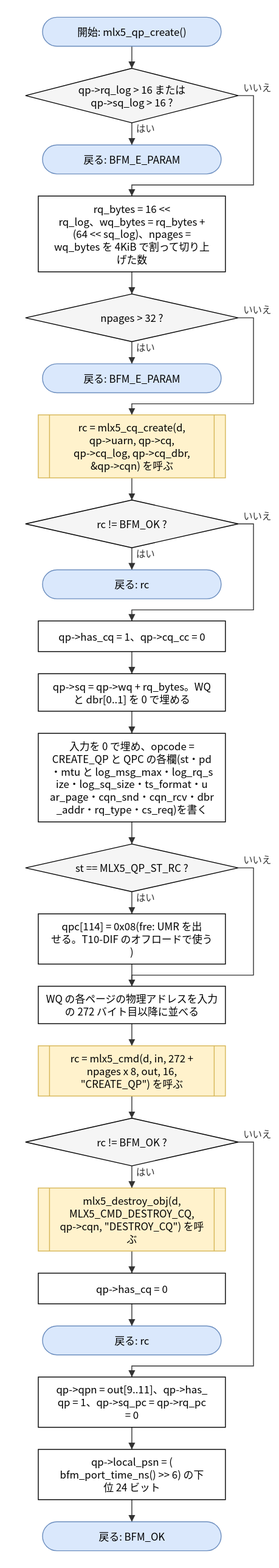
Earlier version of the draw.io export doc/spec/images/flow_src_mlx5_qp-mlx5_qp_create.drawio.svg (hf355051012-ai/bfmem). Source tidied: cells renumbered, new cells last; positions are measured from the earlier drawing's top-left corner, leaving out a move shared by most shapes.
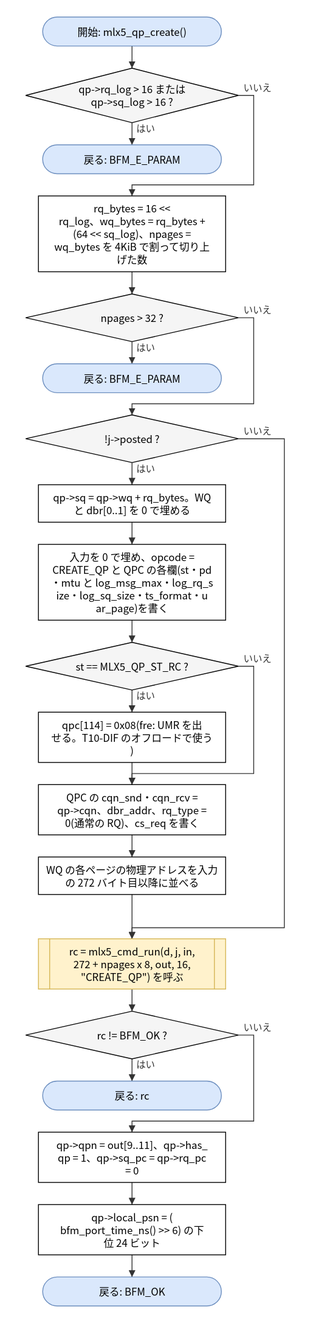
Above is the later version.

The edit, as a diff of the source:
```diff
@@ -20,57 +20,45 @@
     <mxCell id="7" value="戻る: BFM_E_PARAM" style="rounded=1;arcSize=50;whiteSpace=wrap;html=1;fillColor=#dae8fc;strokeColor=#6c8ebf;" parent="1" vertex="1">
       <mxGeometry x="20" y="407" width="210" height="34" as="geometry" />
     </mxCell>
-    <mxCell id="8" value="rc = mlx5_cq_create(d,&lt;br&gt;qp-&amp;gt;uarn, qp-&amp;gt;cq,&lt;br&gt;qp-&amp;gt;cq_log, qp-&amp;gt;cq_dbr,&lt;br&gt;&amp;amp;qp-&amp;gt;cqn) を呼ぶ" style="shape=process;whiteSpace=wrap;html=1;backgroundOutline=1;size=0.06;fillColor=#fff2cc;strokeColor=#d6b656;" parent="1" vertex="1">
-      <mxGeometry x="15" y="467" width="220" height="74" as="geometry" />
+    <mxCell id="8" value="!j-&amp;gt;posted ?" style="rhombus;whiteSpace=wrap;html=1;fillColor=#f5f5f5;" parent="1" vertex="1">
+      <mxGeometry y="467" width="250" height="56" as="geometry" />
     </mxCell>
-    <mxCell id="9" value="rc != BFM_OK ?" style="rhombus;whiteSpace=wrap;html=1;fillColor=#f5f5f5;" parent="1" vertex="1">
-      <mxGeometry y="567" width="250" height="56" as="geometry" />
+    <mxCell id="9" value="qp-&amp;gt;sq = qp-&amp;gt;wq + rq_bytes。WQ&lt;br&gt;と dbr[0..1] を 0 で埋める" style="rounded=0;whiteSpace=wrap;html=1;" parent="1" vertex="1">
+      <mxGeometry x="15" y="549" width="220" height="44" as="geometry" />
     </mxCell>
-    <mxCell id="10" value="戻る: rc" style="rounded=1;arcSize=50;whiteSpace=wrap;html=1;fillColor=#dae8fc;strokeColor=#6c8ebf;" parent="1" vertex="1">
-      <mxGeometry x="20" y="649" width="210" height="34" as="geometry" />
+    <mxCell id="10" value="入力を 0 で埋め、opcode =&lt;br&gt;CREATE_QP と QPC の各欄(st・pd&lt;br&gt;・mtu と log_msg_max・log_rq_s&lt;br&gt;ize・log_sq_size・ts_format・u&lt;br&gt;ar_page)を書く" style="rounded=0;whiteSpace=wrap;html=1;" parent="1" vertex="1">
+      <mxGeometry x="15" y="619" width="220" height="89" as="geometry" />
     </mxCell>
-    <mxCell id="11" value="qp-&amp;gt;has_cq = 1、qp-&amp;gt;cq_cc = 0" style="rounded=0;whiteSpace=wrap;html=1;" parent="1" vertex="1">
-      <mxGeometry x="15" y="709" width="220" height="36" as="geometry" />
+    <mxCell id="11" value="st == MLX5_QP_ST_RC ?" style="rhombus;whiteSpace=wrap;html=1;fillColor=#f5f5f5;" parent="1" vertex="1">
+      <mxGeometry y="734" width="250" height="56" as="geometry" />
     </mxCell>
-    <mxCell id="12" value="qp-&amp;gt;sq = qp-&amp;gt;wq + rq_bytes。WQ&lt;br&gt;と dbr[0..1] を 0 で埋める" style="rounded=0;whiteSpace=wrap;html=1;" parent="1" vertex="1">
-      <mxGeometry x="15" y="771" width="220" height="44" as="geometry" />
+    <mxCell id="12" value="qpc[114] = 0x08(fre: UMR を出&lt;br&gt;せる。T10-DIF のオフロードで使う&lt;br&gt;)" style="rounded=0;whiteSpace=wrap;html=1;" parent="1" vertex="1">
+      <mxGeometry x="15" y="816" width="220" height="59" as="geometry" />
     </mxCell>
-    <mxCell id="13" value="入力を 0 で埋め、opcode =&lt;br&gt;CREATE_QP と QPC の各欄(st・pd&lt;br&gt;・mtu と log_msg_max・log_rq_s&lt;br&gt;ize・log_sq_size・ts_format・u&lt;br&gt;ar_page・cqn_snd・cqn_rcv・dbr&lt;br&gt;_addr・rq_type・cs_req)を書く" style="rounded=0;whiteSpace=wrap;html=1;" parent="1" vertex="1">
-      <mxGeometry x="15" y="841" width="220" height="104" as="geometry" />
+    <mxCell id="13" value="QPC の cqn_snd・cqn_rcv =&lt;br&gt;qp-&amp;gt;cqn、dbr_addr、rq_type =&lt;br&gt;0(通常の RQ)、cs_req を書く" style="rounded=0;whiteSpace=wrap;html=1;" parent="1" vertex="1">
+      <mxGeometry x="15" y="901" width="220" height="59" as="geometry" />
     </mxCell>
-    <mxCell id="14" value="st == MLX5_QP_ST_RC ?" style="rhombus;whiteSpace=wrap;html=1;fillColor=#f5f5f5;" parent="1" vertex="1">
-      <mxGeometry y="971" width="250" height="56" as="geometry" />
+    <mxCell id="14" value="WQ の各ページの物理アドレスを入力&lt;br&gt;の 272 バイト目以降に並べる" style="rounded=0;whiteSpace=wrap;html=1;" parent="1" vertex="1">
+      <mxGeometry x="15" y="986" width="220" height="44" as="geometry" />
     </mxCell>
-    <mxCell id="15" value="qpc[114] = 0x08(fre: UMR を出&lt;br&gt;せる。T10-DIF のオフロードで使う&lt;br&gt;)" style="rounded=0;whiteSpace=wrap;html=1;" parent="1" vertex="1">
-      <mxGeometry x="15" y="1053" width="220" height="59" as="geometry" />
+    <mxCell id="15" value="rc = mlx5_cmd_run(d, j, in,&lt;br&gt;272 + npages x 8, out, 16,&lt;br&gt;&amp;quot;CREATE_QP&amp;quot;) を呼ぶ" style="shape=process;whiteSpace=wrap;html=1;backgroundOutline=1;size=0.06;fillColor=#fff2cc;strokeColor=#d6b656;" parent="1" vertex="1">
+      <mxGeometry x="15" y="1082" width="220" height="59" as="geometry" />
     </mxCell>
-    <mxCell id="16" value="WQ の各ページの物理アドレスを入力&lt;br&gt;の 272 バイト目以降に並べる" style="rounded=0;whiteSpace=wrap;html=1;" parent="1" vertex="1">
-      <mxGeometry x="15" y="1138" width="220" height="44" as="geometry" />
+    <mxCell id="16" value="rc != BFM_OK ?" style="rhombus;whiteSpace=wrap;html=1;fillColor=#f5f5f5;" parent="1" vertex="1">
+      <mxGeometry y="1167" width="250" height="56" as="geometry" />
     </mxCell>
-    <mxCell id="17" value="rc = mlx5_cmd(d, in, 272 +&lt;br&gt;npages x 8, out, 16,&lt;br&gt;&amp;quot;CREATE_QP&amp;quot;) を呼ぶ" style="shape=process;whiteSpace=wrap;html=1;backgroundOutline=1;size=0.06;fillColor=#fff2cc;strokeColor=#d6b656;" parent="1" vertex="1">
-      <mxGeometry x="15" y="1208" width="220" height="59" as="geometry" />
+    <mxCell id="17" value="戻る: rc" style="rounded=1;arcSize=50;whiteSpace=wrap;html=1;fillColor=#dae8fc;strokeColor=#6c8ebf;" parent="1" vertex="1">
+      <mxGeometry x="20" y="1249" width="210" height="34" as="geometry" />
     </mxCell>
-    <mxCell id="18" value="rc != BFM_OK ?" style="rhombus;whiteSpace=wrap;html=1;fillColor=#f5f5f5;" parent="1" vertex="1">
-      <mxGeometry y="1293" width="250" height="56" as="geometry" />
+    <mxCell id="18" value="qp-&amp;gt;qpn = out[9..11]、qp-&amp;gt;has_&lt;br&gt;qp = 1、qp-&amp;gt;sq_pc = qp-&amp;gt;rq_pc&lt;br&gt;= 0" style="rounded=0;whiteSpace=wrap;html=1;" parent="1" vertex="1">
+      <mxGeometry x="15" y="1309" width="220" height="59" as="geometry" />
     </mxCell>
-    <mxCell id="19" value="mlx5_destroy_obj(d,&lt;br&gt;MLX5_CMD_DESTROY_CQ,&lt;br&gt;qp-&amp;gt;cqn, &amp;quot;DESTROY_CQ&amp;quot;) を呼&lt;br&gt;ぶ" style="shape=process;whiteSpace=wrap;html=1;backgroundOutline=1;size=0.06;fillColor=#fff2cc;strokeColor=#d6b656;" parent="1" vertex="1">
-      <mxGeometry x="15" y="1375" width="220" height="74" as="geometry" />
+    <mxCell id="19" value="qp-&amp;gt;local_psn = (&lt;br&gt;bfm_port_time_ns() &amp;gt;&amp;gt; 6) の下&lt;br&gt;位 24 ビット" style="rounded=0;whiteSpace=wrap;html=1;" parent="1" vertex="1">
+      <mxGeometry x="15" y="1394" width="220" height="59" as="geometry" />
     </mxCell>
-    <mxCell id="20" value="qp-&amp;gt;has_cq = 0" style="rounded=0;whiteSpace=wrap;html=1;" parent="1" vertex="1">
-      <mxGeometry x="15" y="1475" width="220" height="36" as="geometry" />
+    <mxCell id="20" value="戻る: BFM_OK" style="rounded=1;arcSize=50;whiteSpace=wrap;html=1;fillColor=#dae8fc;strokeColor=#6c8ebf;" parent="1" vertex="1">
+      <mxGeometry x="20" y="1479" width="210" height="34" as="geometry" />
     </mxCell>
-    <mxCell id="21" value="戻る: rc" style="rounded=1;arcSize=50;whiteSpace=wrap;html=1;fillColor=#dae8fc;strokeColor=#6c8ebf;" parent="1" vertex="1">
-      <mxGeometry x="20" y="1537" width="210" height="34" as="geometry" />
-    </mxCell>
-    <mxCell id="22" value="qp-&amp;gt;qpn = out[9..11]、qp-&amp;gt;has_&lt;br&gt;qp = 1、qp-&amp;gt;sq_pc = qp-&amp;gt;rq_pc&lt;br&gt;= 0" style="rounded=0;whiteSpace=wrap;html=1;" parent="1" vertex="1">
-      <mxGeometry x="15" y="1597" width="220" height="59" as="geometry" />
-    </mxCell>
-    <mxCell id="23" value="qp-&amp;gt;local_psn = (&lt;br&gt;bfm_port_time_ns() &amp;gt;&amp;gt; 6) の下&lt;br&gt;位 24 ビット" style="rounded=0;whiteSpace=wrap;html=1;" parent="1" vertex="1">
-      <mxGeometry x="15" y="1682" width="220" height="59" as="geometry" />
-    </mxCell>
-    <mxCell id="24" value="戻る: BFM_OK" style="rounded=1;arcSize=50;whiteSpace=wrap;html=1;fillColor=#dae8fc;strokeColor=#6c8ebf;" parent="1" vertex="1">
-      <mxGeometry x="20" y="1767" width="210" height="34" as="geometry" />
-    </mxCell>
     <mxCell id="25" style="edgeStyle=none;html=1;rounded=0;endArrow=block;endFill=1;exitX=0.5000;exitY=1.0000;exitDx=0;exitDy=0;exitPerimeter=0;entryX=0.5000;entryY=0.0000;entryDx=0;entryDy=0;entryPerimeter=0;" parent="1" edge="1" source="2" target="3">
       <mxGeometry relative="1" as="geometry" />
     </mxCell>
@@ -101,74 +89,65 @@
         </Array>
       </mxGeometry>
     </mxCell>
-    <mxCell id="31" style="edgeStyle=none;html=1;rounded=0;endArrow=block;endFill=1;exitX=0.5000;exitY=1.0000;exitDx=0;exitDy=0;exitPerimeter=0;entryX=0.5000;entryY=0.0000;entryDx=0;entryDy=0;entryPerimeter=0;" parent="1" edge="1" source="8" target="9">
+    <mxCell id="31" value="はい" style="edgeStyle=none;html=1;rounded=0;endArrow=block;endFill=1;exitX=0.5000;exitY=1.0000;exitDx=0;exitDy=0;exitPerimeter=0;entryX=0.5000;entryY=0.0000;entryDx=0;entryDy=0;entryPerimeter=0;" parent="1" edge="1" source="8" target="9">
       <mxGeometry relative="1" as="geometry" />
     </mxCell>
-    <mxCell id="32" value="はい" style="edgeStyle=none;html=1;rounded=0;endArrow=block;endFill=1;exitX=0.5000;exitY=1.0000;exitDx=0;exitDy=0;exitPerimeter=0;entryX=0.5000;entryY=0.0000;entryDx=0;entryDy=0;entryPerimeter=0;" parent="1" edge="1" source="9" target="10">
+    <mxCell id="32" style="edgeStyle=none;html=1;rounded=0;endArrow=block;endFill=1;exitX=0.5000;exitY=1.0000;exitDx=0;exitDy=0;exitPerimeter=0;entryX=0.5000;entryY=0.0000;entryDx=0;entryDy=0;entryPerimeter=0;" parent="1" edge="1" source="9" target="10">
       <mxGeometry relative="1" as="geometry" />
     </mxCell>
-    <mxCell id="33" value="いいえ" style="edgeStyle=none;html=1;rounded=0;endArrow=block;endFill=1;exitX=1.0000;exitY=0.5000;exitDx=0;exitDy=0;exitPerimeter=0;entryX=0.5000;entryY=0.0000;entryDx=0;entryDy=0;entryPerimeter=0;" parent="1" edge="1" source="9" target="11">
-      <mxGeometry relative="1" as="geometry">
-        <Array as="points">
-          <mxPoint x="268" y="595" />
-          <mxPoint x="268" y="696" />
-          <mxPoint x="125" y="696" />
-        </Array>
-      </mxGeometry>
+    <mxCell id="33" style="edgeStyle=none;html=1;rounded=0;endArrow=block;endFill=1;exitX=0.5000;exitY=1.0000;exitDx=0;exitDy=0;exitPerimeter=0;entryX=0.5000;entryY=0.0000;entryDx=0;entryDy=0;entryPerimeter=0;" parent="1" edge="1" source="10" target="11">
+      <mxGeometry relative="1" as="geometry" />
     </mxCell>
-    <mxCell id="34" style="edgeStyle=none;html=1;rounded=0;endArrow=block;endFill=1;exitX=0.5000;exitY=1.0000;exitDx=0;exitDy=0;exitPerimeter=0;entryX=0.5000;entryY=0.0000;entryDx=0;entryDy=0;entryPerimeter=0;" parent="1" edge="1" source="11" target="12">
+    <mxCell id="34" value="はい" style="edgeStyle=none;html=1;rounded=0;endArrow=block;endFill=1;exitX=0.5000;exitY=1.0000;exitDx=0;exitDy=0;exitPerimeter=0;entryX=0.5000;entryY=0.0000;entryDx=0;entryDy=0;entryPerimeter=0;" parent="1" edge="1" source="11" target="12">
       <mxGeometry relative="1" as="geometry" />
     </mxCell>
     <mxCell id="35" style="edgeStyle=none;html=1;rounded=0;endArrow=block;endFill=1;exitX=0.5000;exitY=1.0000;exitDx=0;exitDy=0;exitPerimeter=0;entryX=0.5000;entryY=0.0000;entryDx=0;entryDy=0;entryPerimeter=0;" parent="1" edge="1" source="12" target="13">
       <mxGeometry relative="1" as="geometry" />
     </mxCell>
-    <mxCell id="36" style="edgeStyle=none;html=1;rounded=0;endArrow=block;endFill=1;exitX=0.5000;exitY=1.0000;exitDx=0;exitDy=0;exitPerimeter=0;entryX=0.5000;entryY=0.0000;entryDx=0;entryDy=0;entryPerimeter=0;" parent="1" edge="1" source="13" target="14">
-      <mxGeometry relative="1" as="geometry" />
+    <mxCell id="36" value="いいえ" style="edgeStyle=none;html=1;rounded=0;endArrow=block;endFill=1;exitX=1.0000;exitY=0.5000;exitDx=0;exitDy=0;exitPerimeter=0;entryX=0.5000;entryY=0.0000;entryDx=0;entryDy=0;entryPerimeter=0;" parent="1" edge="1" source="11" target="13">
+      <mxGeometry relative="1" as="geometry">
+        <Array as="points">
+          <mxPoint x="268" y="762" />
+          <mxPoint x="268" y="888" />
+          <mxPoint x="125" y="888" />
+        </Array>
+      </mxGeometry>
     </mxCell>
-    <mxCell id="37" value="はい" style="edgeStyle=none;html=1;rounded=0;endArrow=block;endFill=1;exitX=0.5000;exitY=1.0000;exitDx=0;exitDy=0;exitPerimeter=0;entryX=0.5000;entryY=0.0000;entryDx=0;entryDy=0;entryPerimeter=0;" parent="1" edge="1" source="14" target="15">
+    <mxCell id="37" style="edgeStyle=none;html=1;rounded=0;endArrow=block;endFill=1;exitX=0.5000;exitY=1.0000;exitDx=0;exitDy=0;exitPerimeter=0;entryX=0.5000;entryY=0.0000;entryDx=0;entryDy=0;entryPerimeter=0;" parent="1" edge="1" source="13" target="14">
       <mxGeometry relative="1" as="geometry" />
     </mxCell>
-    <mxCell id="38" style="edgeStyle=none;html=1;rounded=0;endArrow=block;endFill=1;exitX=0.5000;exitY=1.0000;exitDx=0;exitDy=0;exitPerimeter=0;entryX=0.5000;entryY=0.0000;entryDx=0;entryDy=0;entryPerimeter=0;" parent="1" edge="1" source="15" target="16">
+    <mxCell id="38" style="edgeStyle=none;html=1;rounded=0;endArrow=block;endFill=1;exitX=0.5000;exitY=1.0000;exitDx=0;exitDy=0;exitPerimeter=0;entryX=0.5000;entryY=0.0000;entryDx=0;entryDy=0;entryPerimeter=0;" parent="1" edge="1" source="14" target="15">
       <mxGeometry relative="1" as="geometry" />
     </mxCell>
-    <mxCell id="39" value="いいえ" style="edgeStyle=none;html=1;rounded=0;endArrow=block;endFill=1;exitX=1.0000;exitY=0.5000;exitDx=0;exitDy=0;exitPerimeter=0;entryX=0.5000;entryY=0.0000;entryDx=0;entryDy=0;entryPerimeter=0;" parent="1" edge="1" source="14" target="16">
+    <mxCell id="39" value="いいえ" style="edgeStyle=none;html=1;rounded=0;endArrow=block;endFill=1;exitX=1.0000;exitY=0.5000;exitDx=0;exitDy=0;exitPerimeter=0;entryX=0.5000;entryY=0.0000;entryDx=0;entryDy=0;entryPerimeter=0;" parent="1" edge="1" source="8" target="15">
       <mxGeometry relative="1" as="geometry">
         <Array as="points">
-          <mxPoint x="268" y="999" />
-          <mxPoint x="268" y="1125" />
-          <mxPoint x="125" y="1125" />
+          <mxPoint x="304" y="495" />
+          <mxPoint x="304" y="1069" />
+          <mxPoint x="125" y="1069" />
         </Array>
       </mxGeometry>
     </mxCell>
-    <mxCell id="40" style="edgeStyle=none;html=1;rounded=0;endArrow=block;endFill=1;exitX=0.5000;exitY=1.0000;exitDx=0;exitDy=0;exitPerimeter=0;entryX=0.5000;entryY=0.0000;entryDx=0;entryDy=0;entryPerimeter=0;" parent="1" edge="1" source="16" target="17">
+    <mxCell id="40" style="edgeStyle=none;html=1;rounded=0;endArrow=block;endFill=1;exitX=0.5000;exitY=1.0000;exitDx=0;exitDy=0;exitPerimeter=0;entryX=0.5000;entryY=0.0000;entryDx=0;entryDy=0;entryPerimeter=0;" parent="1" edge="1" source="15" target="16">
       <mxGeometry relative="1" as="geometry" />
     </mxCell>
-    <mxCell id="41" style="edgeStyle=none;html=1;rounded=0;endArrow=block;endFill=1;exitX=0.5000;exitY=1.0000;exitDx=0;exitDy=0;exitPerimeter=0;entryX=0.5000;entryY=0.0000;entryDx=0;entryDy=0;entryPerimeter=0;" parent="1" edge="1" source="17" target="18">
+    <mxCell id="41" value="はい" style="edgeStyle=none;html=1;rounded=0;endArrow=block;endFill=1;exitX=0.5000;exitY=1.0000;exitDx=0;exitDy=0;exitPerimeter=0;entryX=0.5000;entryY=0.0000;entryDx=0;entryDy=0;entryPerimeter=0;" parent="1" edge="1" source="16" target="17">
       <mxGeometry relative="1" as="geometry" />
     </mxCell>
-    <mxCell id="42" value="はい" style="edgeStyle=none;html=1;rounded=0;endArrow=block;endFill=1;exitX=0.5000;exitY=1.0000;exitDx=0;exitDy=0;exitPerimeter=0;entryX=0.5000;entryY=0.0000;entryDx=0;entryDy=0;entryPerimeter=0;" parent="1" edge="1" source="18" target="19">
-      <mxGeometry relative="1" as="geometry" />
+    <mxCell id="42" value="いいえ" style="edgeStyle=none;html=1;rounded=0;endArrow=block;endFill=1;exitX=1.0000;exitY=0.5000;exitDx=0;exitDy=0;exitPerimeter=0;entryX=0.5000;entryY=0.0000;entryDx=0;entryDy=0;entryPerimeter=0;" parent="1" edge="1" source="16" target="18">
+      <mxGeometry relative="1" as="geometry">
+        <Array as="points">
+          <mxPoint x="268" y="1195" />
+          <mxPoint x="268" y="1296" />
+          <mxPoint x="125" y="1296" />
+        </Array>
+      </mxGeometry>
     </mxCell>
-    <mxCell id="43" style="edgeStyle=none;html=1;rounded=0;endArrow=block;endFill=1;exitX=0.5000;exitY=1.0000;exitDx=0;exitDy=0;exitPerimeter=0;entryX=0.5000;entryY=0.0000;entryDx=0;entryDy=0;entryPerimeter=0;" parent="1" edge="1" source="19" target="20">
+    <mxCell id="43" style="edgeStyle=none;html=1;rounded=0;endArrow=block;endFill=1;exitX=0.5000;exitY=1.0000;exitDx=0;exitDy=0;exitPerimeter=0;entryX=0.5000;entryY=0.0000;entryDx=0;entryDy=0;entryPerimeter=0;" parent="1" edge="1" source="18" target="19">
       <mxGeometry relative="1" as="geometry" />
     </mxCell>
-    <mxCell id="44" style="edgeStyle=none;html=1;rounded=0;endArrow=block;endFill=1;exitX=0.5000;exitY=1.0000;exitDx=0;exitDy=0;exitPerimeter=0;entryX=0.5000;entryY=0.0000;entryDx=0;entryDy=0;entryPerimeter=0;" parent="1" edge="1" source="20" target="21">
+    <mxCell id="44" style="edgeStyle=none;html=1;rounded=0;endArrow=block;endFill=1;exitX=0.5000;exitY=1.0000;exitDx=0;exitDy=0;exitPerimeter=0;entryX=0.5000;entryY=0.0000;entryDx=0;entryDy=0;entryPerimeter=0;" parent="1" edge="1" source="19" target="20">
       <mxGeometry relative="1" as="geometry" />
     </mxCell>
-    <mxCell id="45" value="いいえ" style="edgeStyle=none;html=1;rounded=0;endArrow=block;endFill=1;exitX=1.0000;exitY=0.5000;exitDx=0;exitDy=0;exitPerimeter=0;entryX=0.5000;entryY=0.0000;entryDx=0;entryDy=0;entryPerimeter=0;" parent="1" edge="1" source="18" target="22">
-      <mxGeometry relative="1" as="geometry">
-        <Array as="points">
-          <mxPoint x="268" y="1321" />
-          <mxPoint x="268" y="1584" />
-          <mxPoint x="125" y="1584" />
-        </Array>
-      </mxGeometry>
-    </mxCell>
-    <mxCell id="46" style="edgeStyle=none;html=1;rounded=0;endArrow=block;endFill=1;exitX=0.5000;exitY=1.0000;exitDx=0;exitDy=0;exitPerimeter=0;entryX=0.5000;entryY=0.0000;entryDx=0;entryDy=0;entryPerimeter=0;" parent="1" edge="1" source="22" target="23">
-      <mxGeometry relative="1" as="geometry" />
-    </mxCell>
-    <mxCell id="47" style="edgeStyle=none;html=1;rounded=0;endArrow=block;endFill=1;exitX=0.5000;exitY=1.0000;exitDx=0;exitDy=0;exitPerimeter=0;entryX=0.5000;entryY=0.0000;entryDx=0;entryDy=0;entryPerimeter=0;" parent="1" edge="1" source="23" target="24">
-      <mxGeometry relative="1" as="geometry" />
-    </mxCell>
   </root>
 </mxGraphModel>
```
